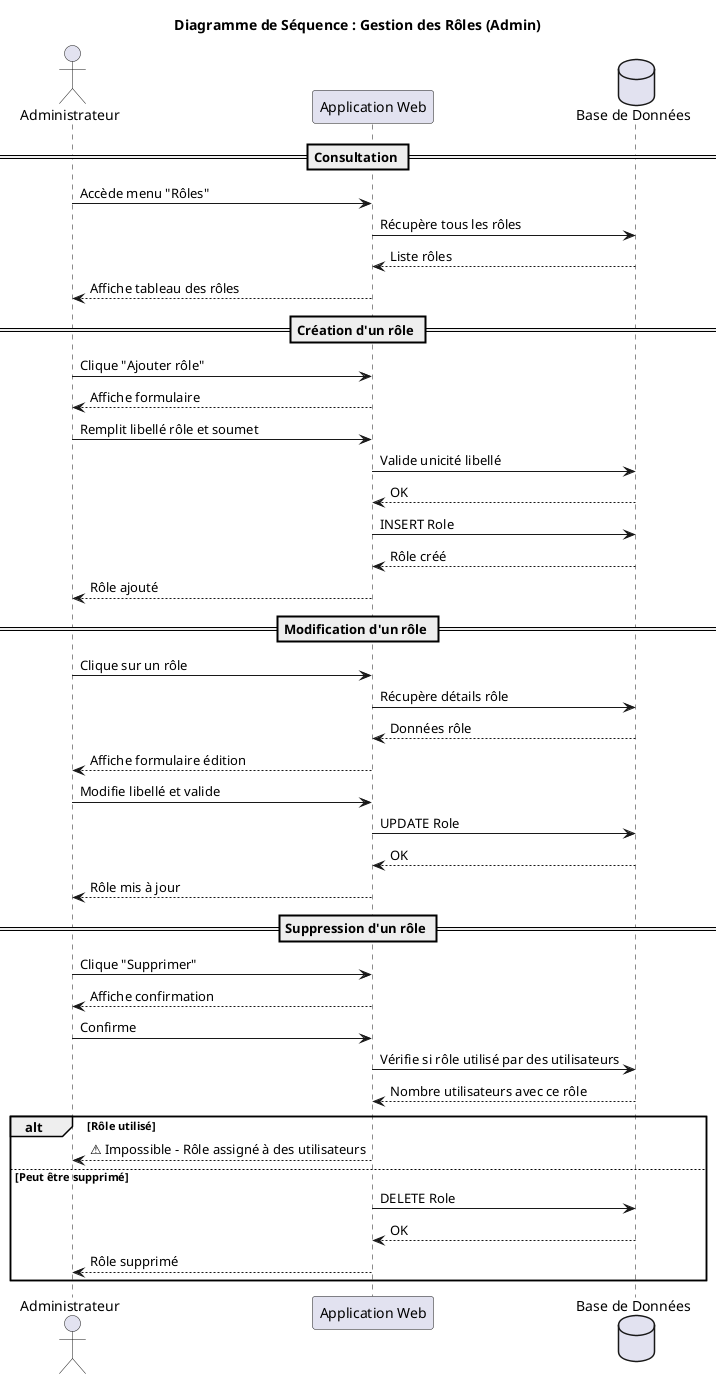
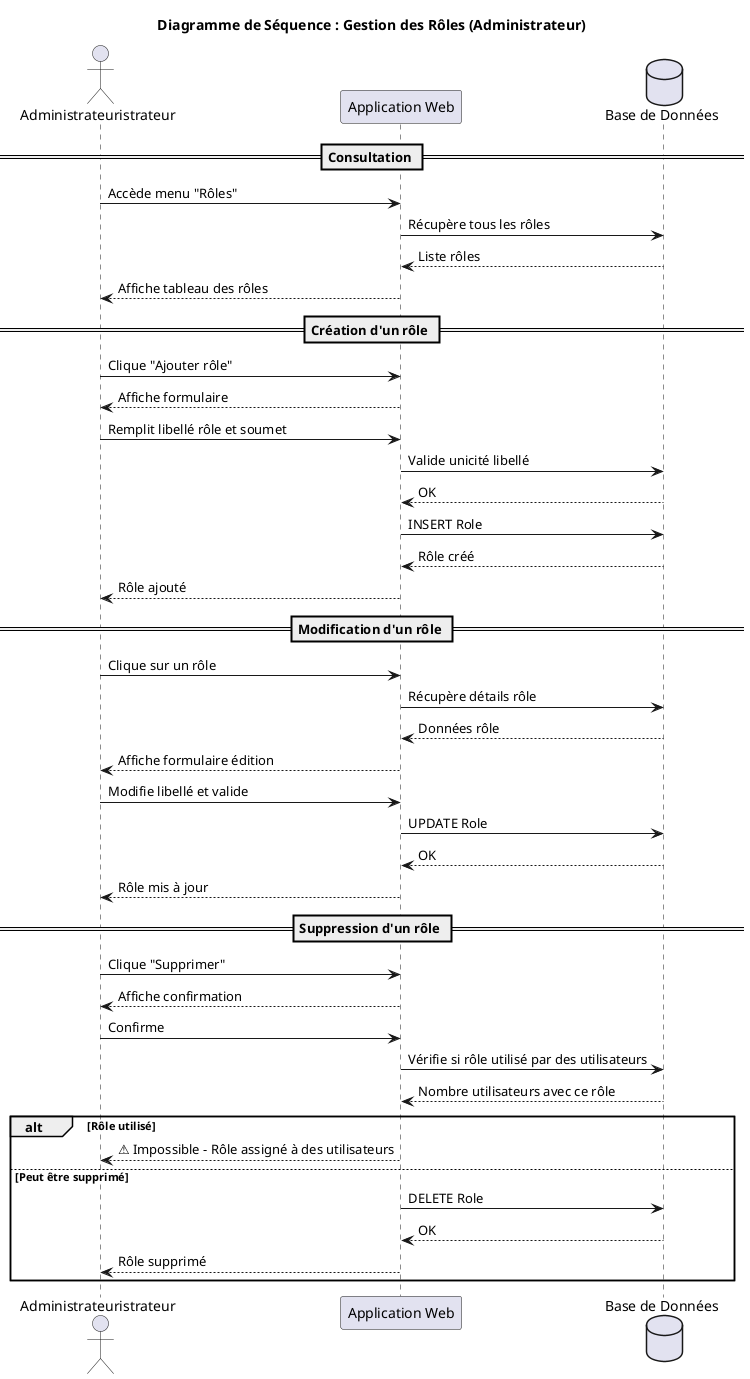
- @startuml Sequence_Admin_Roles
- title Diagramme de Séquence : Gestion des Rôles (Admin)
+ @startuml Sequence_Administrateur_Roles
+ title Diagramme de Séquence : Gestion des Rôles (Administrateur)

- actor Administrateur
+ actor Administrateuristrateur
participant "Application Web" as App
database "Base de Données" as DB

== Consultation ==
- Administrateur -> App: Accède menu "Rôles"
+ Administrateuristrateur -> App: Accède menu "Rôles"
App -> DB: Récupère tous les rôles
DB --> App: Liste rôles
- App --> Administrateur: Affiche tableau des rôles
+ App --> Administrateuristrateur: Affiche tableau des rôles

== Création d'un rôle ==
- Administrateur -> App: Clique "Ajouter rôle"
- App --> Administrateur: Affiche formulaire
- Administrateur -> App: Remplit libellé rôle et soumet
+ Administrateuristrateur -> App: Clique "Ajouter rôle"
+ App --> Administrateuristrateur: Affiche formulaire
+ Administrateuristrateur -> App: Remplit libellé rôle et soumet
App -> DB: Valide unicité libellé
DB --> App: OK
App -> DB: INSERT Role
DB --> App: Rôle créé
- App --> Administrateur: Rôle ajouté
+ App --> Administrateuristrateur: Rôle ajouté

== Modification d'un rôle ==
- Administrateur -> App: Clique sur un rôle
+ Administrateuristrateur -> App: Clique sur un rôle
App -> DB: Récupère détails rôle
DB --> App: Données rôle
- App --> Administrateur: Affiche formulaire édition
+ App --> Administrateuristrateur: Affiche formulaire édition

- Administrateur -> App: Modifie libellé et valide
+ Administrateuristrateur -> App: Modifie libellé et valide
App -> DB: UPDATE Role
DB --> App: OK
- App --> Administrateur: Rôle mis à jour
+ App --> Administrateuristrateur: Rôle mis à jour

== Suppression d'un rôle ==
- Administrateur -> App: Clique "Supprimer"
- App --> Administrateur: Affiche confirmation
- Administrateur -> App: Confirme
+ Administrateuristrateur -> App: Clique "Supprimer"
+ App --> Administrateuristrateur: Affiche confirmation
+ Administrateuristrateur -> App: Confirme

App -> DB: Vérifie si rôle utilisé par des utilisateurs
DB --> App: Nombre utilisateurs avec ce rôle

alt Rôle utilisé
-     App --> Administrateur: ⚠️ Impossible - Rôle assigné à des utilisateurs
+     App --> Administrateuristrateur: ⚠️ Impossible - Rôle assigné à des utilisateurs
else Peut être supprimé
    App -> DB: DELETE Role
    DB --> App: OK
-     App --> Administrateur: Rôle supprimé
+     App --> Administrateuristrateur: Rôle supprimé
end

@enduml